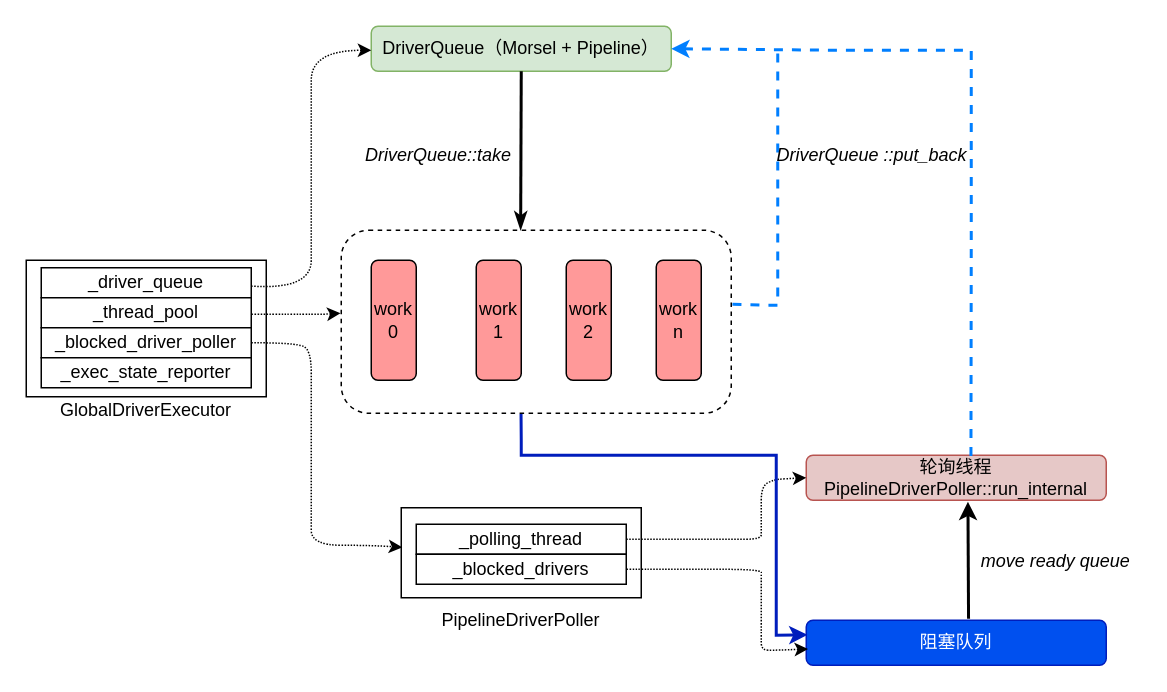
Above: StarRocks/pipeline-1.drawio in szza/szza.github.io.images (draw.io), before the change. Source tidied: cells renumbered, new cells numbered last; positions are measured from the earlier drawing's top-left corner, leaving out a move shared by most shapes. Both pictures are drawn from the tidied source at 150%, with x=0, y=0 at pixel (26, 26).
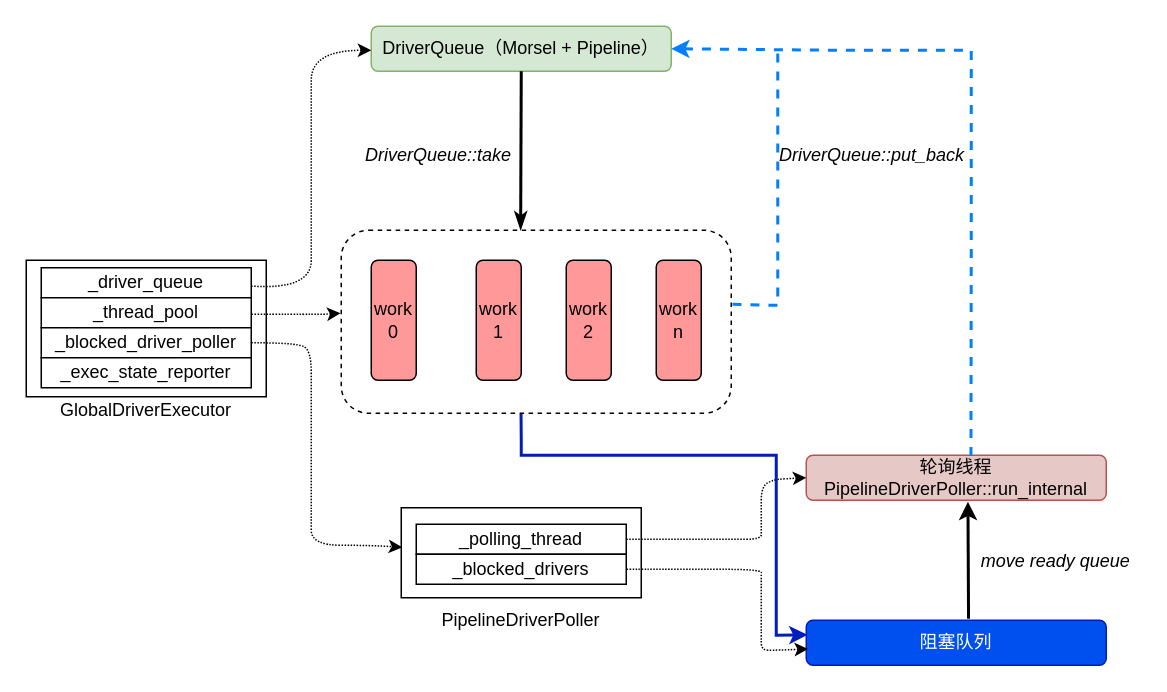
After the change.

The edit, as a diff of the source:
```diff
@@
-    <mxCell id="23" value="DriverQueue ::put_back" style="text;html=1;strokeColor=none;fillColor=none;align=center;verticalAlign=middle;whiteSpace=wrap;rounded=0;fontStyle=2;" parent="1" vertex="1">
+    <mxCell id="23" value="DriverQueue::put_back" style="text;html=1;strokeColor=none;fillColor=none;align=center;verticalAlign=middle;whiteSpace=wrap;rounded=0;fontStyle=2;" parent="1" vertex="1">
       <mxGeometry x="496" y="76" width="136" height="20" as="geometry" />
     </mxCell>
```
